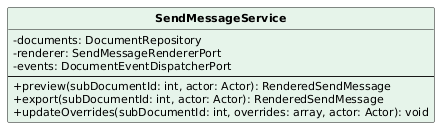
The PlantUML diagram PB/Specifica Tecnica/ImmaginiSpecificaTecnica/ClassiSingole/SendMessageService.png in aLittleByte-19/Documentazione, before a commit.
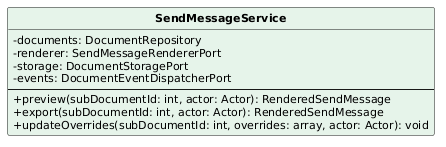
The same file after the commit.

The edit, as a diff of the source:
```diff
@@ -8,6 +8,7 @@
 class SendMessageService #E6F4EA {
   -documents: DocumentRepository
   -renderer: SendMessageRendererPort
+  -storage: DocumentStoragePort
   -events: DocumentEventDispatcherPort
   --
   +preview(subDocumentId: int, actor: Actor): RenderedSendMessage
```
